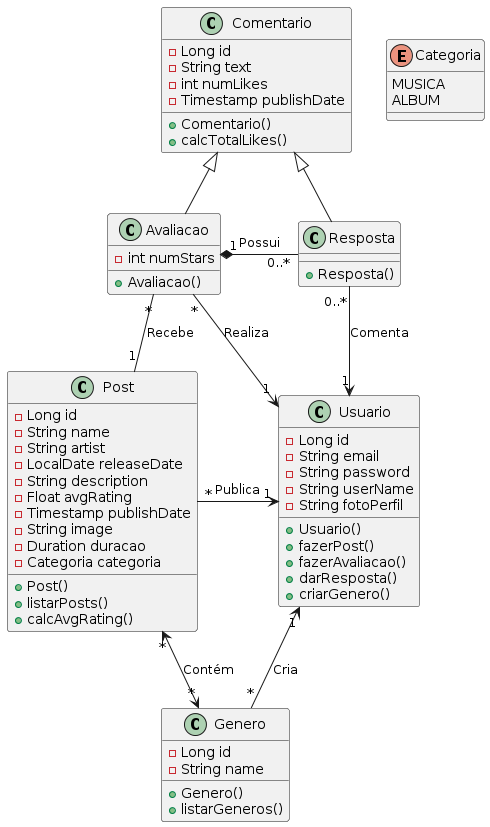
thcastilho/devweb keeps this PlantUML diagram as uml.png. Above is the earlier version.
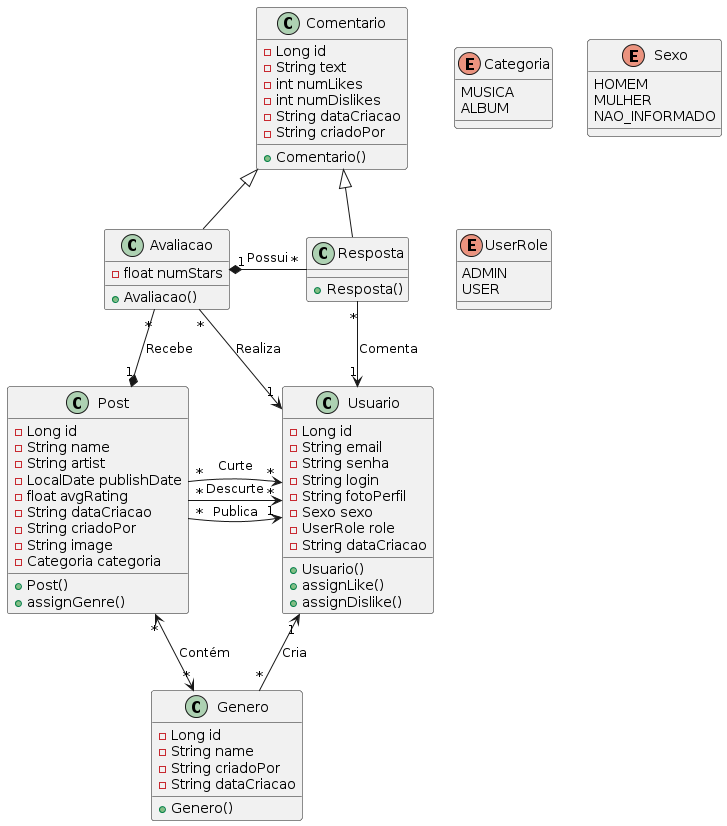
Later version of the same file.

Commit message:
atualizando uml

Change to the diagram source:
```diff
@@ -2,41 +2,41 @@
 class Usuario {
   - Long id
   - String email
-  - String password
-  - String userName
+  - String senha
+  - String login
   - String fotoPerfil
+  - Sexo sexo
+  - UserRole role
+  - String dataCriacao
   + Usuario()
-  + fazerPost()
-  + fazerAvaliacao()
-  + darResposta()
-  + criarGenero()
+  + assignLike()
+  + assignDislike()
 }
 
 class Post {
   - Long id
   - String name
   - String artist
-  - LocalDate releaseDate
-  - String description
-  - Float avgRating
-  - Timestamp publishDate
+  - LocalDate publishDate
+  - float avgRating
+  - String dataCriacao
+  - String criadoPor
   - String image
-  - Duration duracao
   - Categoria categoria
   + Post()
-  + listarPosts()
-  + calcAvgRating()
+  + assignGenre()
 }
 
 class Genero {
   - Long id
   - String name
+  - String criadoPor
+  - String dataCriacao
   + Genero()
-  + listarGeneros()
 }
 
 class Avaliacao {
-  - int numStars
+  - float numStars
   + Avaliacao()
 }
 
@@ -48,9 +48,10 @@
   - Long id
   - String text
   - int numLikes
-  - Timestamp publishDate
+  - int numDislikes
+  - String dataCriacao
+  - String criadoPor
   + Comentario()
-  + calcTotalLikes()
 }
 
 enum Categoria {
@@ -58,16 +59,29 @@
   ALBUM
 }
 
+enum Sexo {
+  HOMEM
+  MULHER
+  NAO_INFORMADO
+}
+
+enum UserRole {
+  ADMIN
+  USER
+}
+
 Usuario "1" <-left- "*" Post : Publica
 Usuario "1" <-up- "*" Avaliacao : Realiza
-Usuario "1" <-up- "0..*" Resposta : Comenta
+Usuario "1" <-up- "*" Resposta : Comenta
 Usuario "1" <-- "*" Genero : Cria
+Usuario "*" <-- "*" Post : Curte
+Usuario "*" <-- "*" Post : Descurte
 
-Post "1" -up- "*" Avaliacao : Recebe
+Post "1" *-up- "*" Avaliacao : Recebe
 Post "*" <--> "*" Genero : Contém
 
 Comentario <|-down- Avaliacao
 Comentario <|-down- Resposta
 
-Avaliacao "1" *-right- "0..*" Resposta : Possui
+Avaliacao "1" *-right- "*" Resposta : Possui
 @enduml
```
